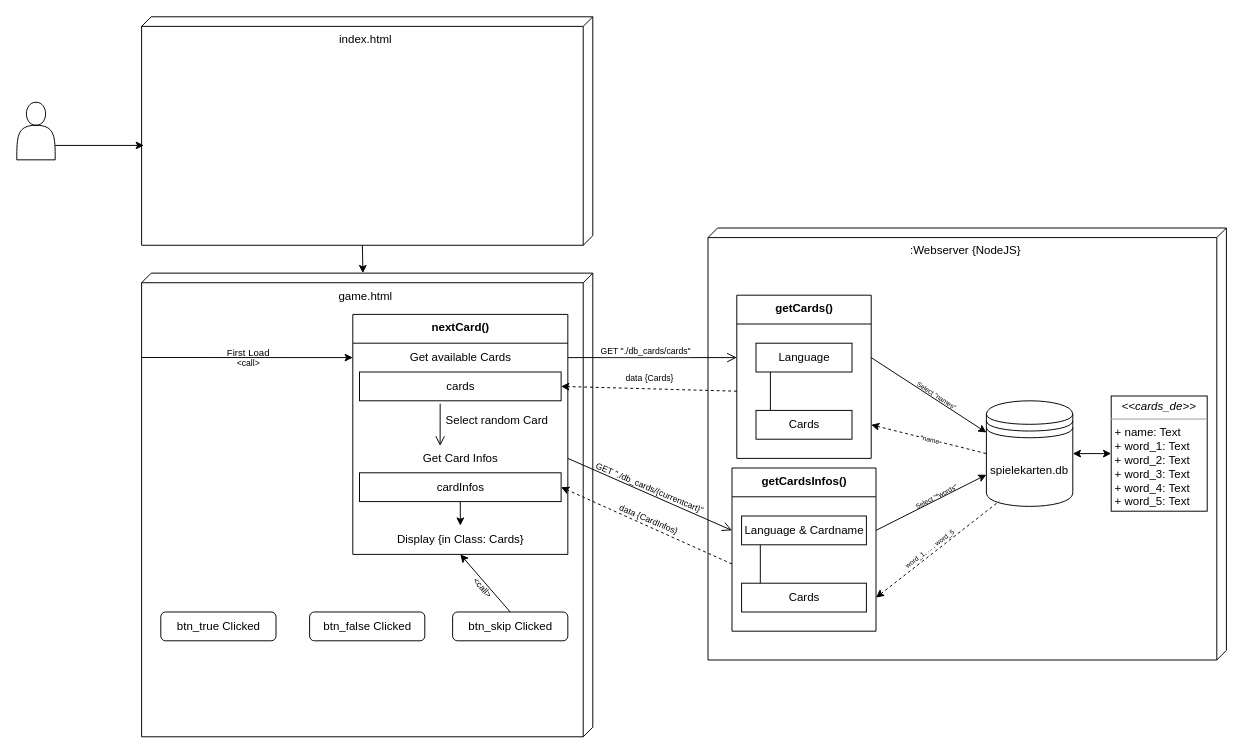
Earlier version of the draw.io diagram uml.drawio (xxchillkroetexx/Projektmanagement). Source tidied: cells renumbered, new cells numbered last; positions are measured from the earlier drawing's top-left corner, leaving out a move shared by most shapes. Both pictures are drawn from the tidied source at 96%, with x=0, y=0 at pixel (16, 16).
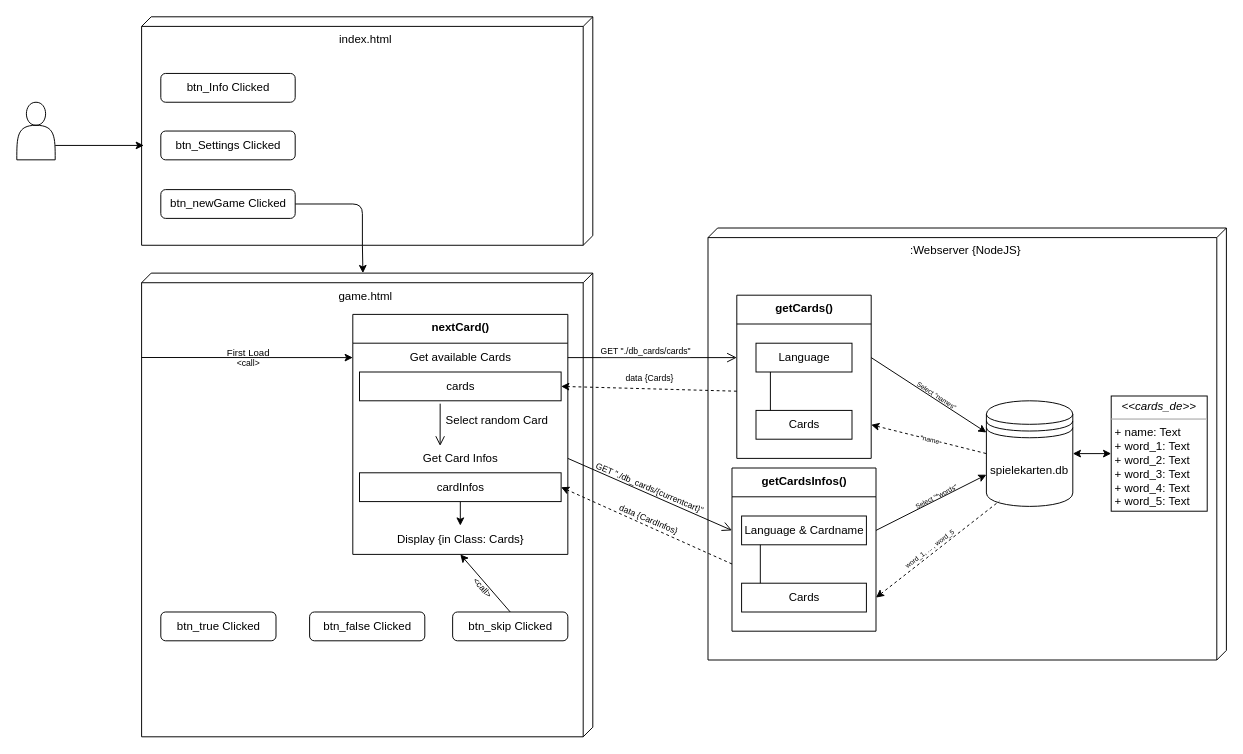
The same diagram, later.

Unchanged cells that the change refers to:
```xml
<mxCell id="4" value="index.html&lt;br style=&quot;font-size: 12px;&quot;&gt;" style="verticalAlign=top;align=center;shape=cube;size=10;direction=south;fontStyle=0;html=1;boundedLbl=1;spacingLeft=5;fontSize=12;gradientColor=none;" parent="1" vertex="1">
  <mxGeometry x="130" width="470" height="238" as="geometry" />
</mxCell>
```

Diff of the diagram source:
```diff
@@
+    <mxCell id="54" style="edgeStyle=none;html=1;exitX=1;exitY=0.5;exitDx=0;exitDy=0;entryX=0;entryY=0;entryDx=238;entryDy=240;entryPerimeter=0;endArrow=none;endFill=0;" parent="1" edge="1" source="55" target="4">
+      <mxGeometry relative="1" as="geometry">
+        <Array as="points">
+          <mxPoint x="360" y="195" />
+        </Array>
+      </mxGeometry>
+    </mxCell>
+    <mxCell id="55" value="btn_newGame&amp;nbsp;Clicked" style="html=1;align=center;verticalAlign=middle;rounded=1;absoluteArcSize=1;arcSize=10;dashed=0;fontSize=12;gradientColor=none;" parent="1" vertex="1">
+      <mxGeometry x="150" y="180" width="140" height="30" as="geometry" />
+    </mxCell>
+    <mxCell id="56" value="btn_Settings Clicked" style="html=1;align=center;verticalAlign=middle;rounded=1;absoluteArcSize=1;arcSize=10;dashed=0;fontSize=12;gradientColor=none;" parent="1" vertex="1">
+      <mxGeometry x="150" y="119" width="140" height="30" as="geometry" />
+    </mxCell>
+    <mxCell id="57" value="btn_Info Clicked" style="html=1;align=center;verticalAlign=middle;rounded=1;absoluteArcSize=1;arcSize=10;dashed=0;fontSize=12;gradientColor=none;" parent="1" vertex="1">
+      <mxGeometry x="150" y="59" width="140" height="30" as="geometry" />
+    </mxCell>
```
